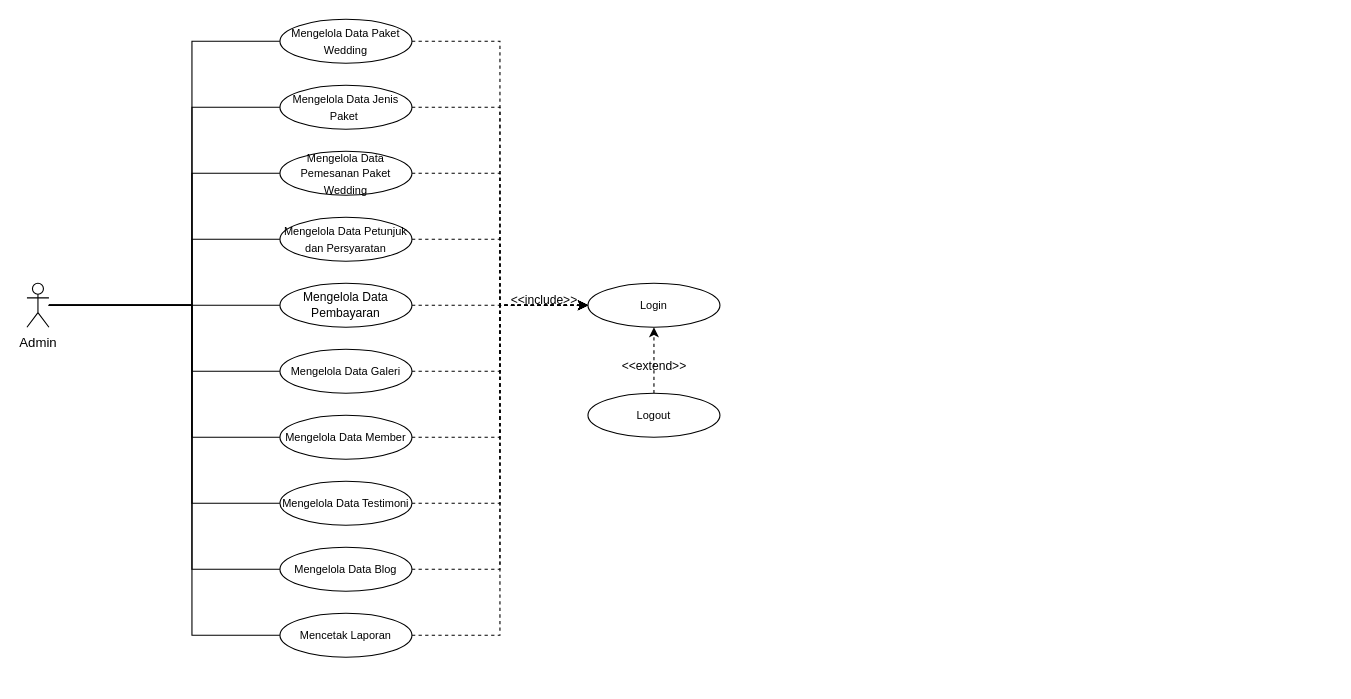
Earlier version of the draw.io diagram Use Case Diagram Admin.drawio (wepro-v/asset). Source tidied: cells renumbered, new cells numbered last; positions are measured from the earlier drawing's top-left corner, leaving out a move shared by most shapes. Both pictures are drawn from the tidied source at 110%, with x=0, y=0 at pixel (26, 19).
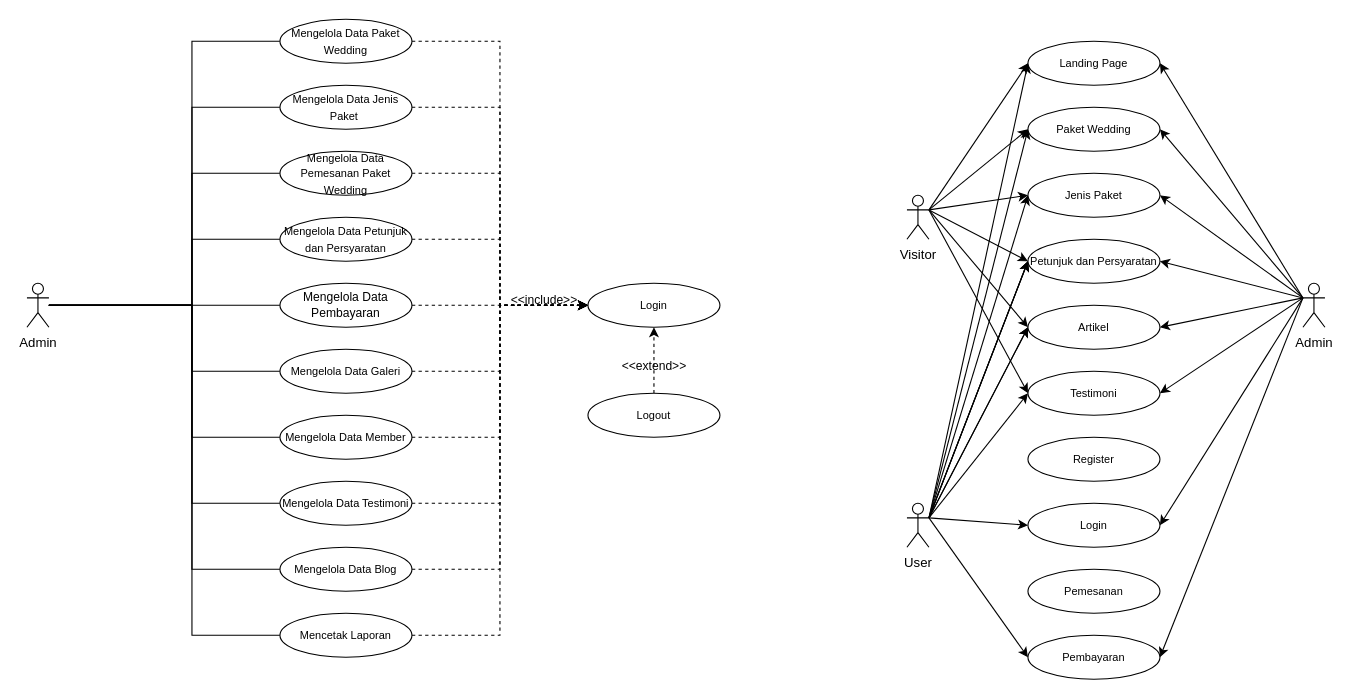
The same diagram, later.

Change to the diagram source:
```diff
@@
+    <mxCell id="38" value="User" style="shape=umlActor;verticalLabelPosition=bottom;verticalAlign=top;html=1;" parent="1" vertex="1">
+      <mxGeometry x="800" y="440" width="20" height="40" as="geometry" />
+    </mxCell>
+    <mxCell id="39" value="&lt;font style=&quot;font-size: 10px;&quot;&gt;Landing Page&lt;/font&gt;" style="ellipse;whiteSpace=wrap;html=1;" parent="1" vertex="1">
+      <mxGeometry x="910" y="20" width="120" height="40" as="geometry" />
+    </mxCell>
+    <mxCell id="40" value="&lt;font style=&quot;font-size: 10px;&quot;&gt;Paket Wedding&lt;/font&gt;" style="ellipse;whiteSpace=wrap;html=1;" parent="1" vertex="1">
+      <mxGeometry x="910" y="80" width="120" height="40" as="geometry" />
+    </mxCell>
+    <mxCell id="41" value="&lt;font style=&quot;font-size: 10px;&quot;&gt;Jenis Paket&lt;/font&gt;" style="ellipse;whiteSpace=wrap;html=1;" parent="1" vertex="1">
+      <mxGeometry x="910" y="140" width="120" height="40" as="geometry" />
+    </mxCell>
+    <mxCell id="42" value="&lt;font style=&quot;font-size: 10px;&quot;&gt;Login&lt;/font&gt;" style="ellipse;whiteSpace=wrap;html=1;" parent="1" vertex="1">
+      <mxGeometry x="910" y="440" width="120" height="40" as="geometry" />
+    </mxCell>
+    <mxCell id="43" value="&lt;font style=&quot;font-size: 10px;&quot;&gt;Petunjuk dan Persyaratan&lt;/font&gt;" style="ellipse;whiteSpace=wrap;html=1;" parent="1" vertex="1">
+      <mxGeometry x="910" y="200" width="120" height="40" as="geometry" />
+    </mxCell>
+    <mxCell id="44" value="&lt;font style=&quot;font-size: 10px;&quot;&gt;Testimoni&lt;/font&gt;" style="ellipse;whiteSpace=wrap;html=1;" parent="1" vertex="1">
+      <mxGeometry x="910" y="320" width="120" height="40" as="geometry" />
+    </mxCell>
+    <mxCell id="45" value="&lt;font style=&quot;font-size: 10px;&quot;&gt;Register&lt;/font&gt;" style="ellipse;whiteSpace=wrap;html=1;" parent="1" vertex="1">
+      <mxGeometry x="910" y="380" width="120" height="40" as="geometry" />
+    </mxCell>
+    <mxCell id="46" value="Visitor" style="shape=umlActor;verticalLabelPosition=bottom;verticalAlign=top;html=1;" parent="1" vertex="1">
+      <mxGeometry x="800" y="160" width="20" height="40" as="geometry" />
+    </mxCell>
+    <mxCell id="47" style="endArrow=classic;html=1;rounded=0;exitX=1;exitY=0.3333333333333333;exitDx=0;exitDy=0;exitPerimeter=0;entryX=0;entryY=0.5;entryDx=0;entryDy=0;" parent="1" edge="1" source="46" target="39">
+      <mxGeometry relative="1" as="geometry" />
+    </mxCell>
+    <mxCell id="48" style="endArrow=classic;html=1;rounded=0;entryX=0;entryY=0.5;entryDx=0;entryDy=0;exitX=1;exitY=0.3333333333333333;exitDx=0;exitDy=0;exitPerimeter=0;" parent="1" edge="1" source="46" target="40">
+      <mxGeometry relative="1" as="geometry" />
+    </mxCell>
+    <mxCell id="49" style="endArrow=classic;html=1;rounded=0;entryX=0;entryY=0.5;entryDx=0;entryDy=0;exitX=1;exitY=0.3333333333333333;exitDx=0;exitDy=0;exitPerimeter=0;" parent="1" edge="1" source="46" target="41">
+      <mxGeometry relative="1" as="geometry" />
+    </mxCell>
+    <mxCell id="50" style="endArrow=classic;html=1;rounded=0;exitX=1;exitY=0.3333333333333333;exitDx=0;exitDy=0;exitPerimeter=0;entryX=0;entryY=0.5;entryDx=0;entryDy=0;" parent="1" edge="1" source="46" target="43">
+      <mxGeometry relative="1" as="geometry" />
+    </mxCell>
+    <mxCell id="51" style="endArrow=classic;html=1;rounded=0;exitX=1;exitY=0.3333333333333333;exitDx=0;exitDy=0;exitPerimeter=0;entryX=0;entryY=0.5;entryDx=0;entryDy=0;" parent="1" edge="1" source="46" target="44">
+      <mxGeometry relative="1" as="geometry" />
+    </mxCell>
+    <mxCell id="52" value="&lt;font style=&quot;font-size: 10px;&quot;&gt;Artikel&lt;/font&gt;" style="ellipse;whiteSpace=wrap;html=1;" parent="1" vertex="1">
+      <mxGeometry x="910" y="260" width="120" height="40" as="geometry" />
+    </mxCell>
+    <mxCell id="53" style="endArrow=classic;html=1;rounded=0;entryX=0;entryY=0.5;entryDx=0;entryDy=0;exitX=1;exitY=0.3333333333333333;exitDx=0;exitDy=0;exitPerimeter=0;" parent="1" edge="1" source="46" target="52">
+      <mxGeometry relative="1" as="geometry" />
+    </mxCell>
+    <mxCell id="54" value="&lt;font style=&quot;font-size: 10px;&quot;&gt;Pembayaran&lt;/font&gt;" style="ellipse;whiteSpace=wrap;html=1;" parent="1" vertex="1">
+      <mxGeometry x="910" y="560" width="120" height="40" as="geometry" />
+    </mxCell>
+    <mxCell id="55" value="Admin" style="shape=umlActor;verticalLabelPosition=bottom;verticalAlign=top;html=1;" parent="1" vertex="1">
+      <mxGeometry x="1160" y="240" width="20" height="40" as="geometry" />
+    </mxCell>
+    <mxCell id="56" style="endArrow=classic;html=1;rounded=0;entryX=0;entryY=0.5;entryDx=0;entryDy=0;exitX=1;exitY=0.3333333333333333;exitDx=0;exitDy=0;exitPerimeter=0;" parent="1" edge="1" source="38" target="42">
+      <mxGeometry relative="1" as="geometry" />
+    </mxCell>
+    <mxCell id="57" style="endArrow=classic;html=1;rounded=0;entryX=0;entryY=0.5;entryDx=0;entryDy=0;exitX=1;exitY=0.3333333333333333;exitDx=0;exitDy=0;exitPerimeter=0;" parent="1" edge="1" source="38" target="54">
+      <mxGeometry relative="1" as="geometry" />
+    </mxCell>
+    <mxCell id="58" style="endArrow=classic;html=1;rounded=0;entryX=0;entryY=0.5;entryDx=0;entryDy=0;exitX=1;exitY=0.3333333333333333;exitDx=0;exitDy=0;exitPerimeter=0;" parent="1" edge="1" source="38" target="44">
+      <mxGeometry relative="1" as="geometry" />
+    </mxCell>
+    <mxCell id="59" style="endArrow=classic;html=1;rounded=0;entryX=1;entryY=0.5;entryDx=0;entryDy=0;exitX=0;exitY=0.3333333333333333;exitDx=0;exitDy=0;exitPerimeter=0;" parent="1" edge="1" source="55" target="39">
+      <mxGeometry relative="1" as="geometry" />
+    </mxCell>
+    <mxCell id="60" style="endArrow=classic;html=1;rounded=0;entryX=1;entryY=0.5;entryDx=0;entryDy=0;exitX=0;exitY=0.3333333333333333;exitDx=0;exitDy=0;exitPerimeter=0;" parent="1" edge="1" source="55" target="44">
+      <mxGeometry relative="1" as="geometry" />
+    </mxCell>
+    <mxCell id="61" style="endArrow=classic;html=1;rounded=0;entryX=0;entryY=0.5;entryDx=0;entryDy=0;exitX=1;exitY=0.3333333333333333;exitDx=0;exitDy=0;exitPerimeter=0;" parent="1" edge="1" source="38" target="39">
+      <mxGeometry relative="1" as="geometry" />
+    </mxCell>
+    <mxCell id="62" style="endArrow=classic;html=1;rounded=0;entryX=0;entryY=0.5;entryDx=0;entryDy=0;exitX=1;exitY=0.3333333333333333;exitDx=0;exitDy=0;exitPerimeter=0;" parent="1" edge="1" source="38" target="40">
+      <mxGeometry relative="1" as="geometry" />
+    </mxCell>
+    <mxCell id="63" style="endArrow=classic;html=1;rounded=0;entryX=0;entryY=0.5;entryDx=0;entryDy=0;exitX=1;exitY=0.3333333333333333;exitDx=0;exitDy=0;exitPerimeter=0;" parent="1" edge="1" source="38" target="41">
+      <mxGeometry relative="1" as="geometry" />
+    </mxCell>
+    <mxCell id="64" style="endArrow=classic;html=1;rounded=0;entryX=0;entryY=0.5;entryDx=0;entryDy=0;exitX=1;exitY=0.3333333333333333;exitDx=0;exitDy=0;exitPerimeter=0;" parent="1" edge="1" source="38" target="43">
+      <mxGeometry relative="1" as="geometry" />
+    </mxCell>
+    <mxCell id="65" style="endArrow=classic;html=1;rounded=0;entryX=0;entryY=0.5;entryDx=0;entryDy=0;exitX=1;exitY=0.3333333333333333;exitDx=0;exitDy=0;exitPerimeter=0;" parent="1" edge="1" source="38" target="52">
+      <mxGeometry relative="1" as="geometry" />
+    </mxCell>
+    <mxCell id="66" style="endArrow=classic;html=1;rounded=0;entryX=0;entryY=0.5;entryDx=0;entryDy=0;exitX=1;exitY=0.3333333333333333;exitDx=0;exitDy=0;exitPerimeter=0;" parent="1" edge="1" source="38">
+      <mxGeometry relative="1" as="geometry">
+        <mxPoint x="910" y="280" as="targetPoint" />
+      </mxGeometry>
+    </mxCell>
+    <mxCell id="67" style="endArrow=classic;html=1;rounded=0;entryX=0;entryY=0.5;entryDx=0;entryDy=0;exitX=1;exitY=0.3333333333333333;exitDx=0;exitDy=0;exitPerimeter=0;" parent="1" edge="1" source="38">
+      <mxGeometry relative="1" as="geometry">
+        <mxPoint x="910" y="220" as="targetPoint" />
+      </mxGeometry>
+    </mxCell>
+    <mxCell id="68" style="endArrow=classic;html=1;rounded=0;entryX=0;entryY=0.5;entryDx=0;entryDy=0;exitX=1;exitY=0.3333333333333333;exitDx=0;exitDy=0;exitPerimeter=0;" parent="1" edge="1" source="38">
+      <mxGeometry relative="1" as="geometry">
+        <mxPoint x="910" y="220" as="targetPoint" />
+      </mxGeometry>
+    </mxCell>
+    <mxCell id="69" style="endArrow=classic;html=1;rounded=0;entryX=1;entryY=0.5;entryDx=0;entryDy=0;exitX=0;exitY=0.3333333333333333;exitDx=0;exitDy=0;exitPerimeter=0;" parent="1" edge="1" source="55" target="40">
+      <mxGeometry relative="1" as="geometry" />
+    </mxCell>
+    <mxCell id="70" style="endArrow=classic;html=1;rounded=0;entryX=1;entryY=0.5;entryDx=0;entryDy=0;exitX=0;exitY=0.3333333333333333;exitDx=0;exitDy=0;exitPerimeter=0;" parent="1" edge="1" source="55" target="41">
+      <mxGeometry relative="1" as="geometry" />
+    </mxCell>
+    <mxCell id="71" style="endArrow=classic;html=1;rounded=0;entryX=1;entryY=0.5;entryDx=0;entryDy=0;exitX=0;exitY=0.3333333333333333;exitDx=0;exitDy=0;exitPerimeter=0;" parent="1" edge="1" source="55" target="43">
+      <mxGeometry relative="1" as="geometry" />
+    </mxCell>
+    <mxCell id="72" style="endArrow=classic;html=1;rounded=0;entryX=1;entryY=0.5;entryDx=0;entryDy=0;exitX=0;exitY=0.3333333333333333;exitDx=0;exitDy=0;exitPerimeter=0;" parent="1" edge="1" source="55" target="52">
+      <mxGeometry relative="1" as="geometry" />
+    </mxCell>
+    <mxCell id="73" style="endArrow=classic;html=1;rounded=0;entryX=1;entryY=0.5;entryDx=0;entryDy=0;exitX=0;exitY=0.3333333333333333;exitDx=0;exitDy=0;exitPerimeter=0;" parent="1" edge="1" source="55" target="42">
+      <mxGeometry relative="1" as="geometry" />
+    </mxCell>
+    <mxCell id="74" style="endArrow=classic;html=1;rounded=0;entryX=1;entryY=0.5;entryDx=0;entryDy=0;exitX=0;exitY=0.3333333333333333;exitDx=0;exitDy=0;exitPerimeter=0;" parent="1" edge="1" source="55" target="54">
+      <mxGeometry relative="1" as="geometry" />
+    </mxCell>
+    <mxCell id="75" value="&lt;font style=&quot;font-size: 10px;&quot;&gt;Pemesanan&lt;/font&gt;" style="ellipse;whiteSpace=wrap;html=1;" parent="1" vertex="1">
+      <mxGeometry x="910" y="500" width="120" height="40" as="geometry" />
+    </mxCell>
```
